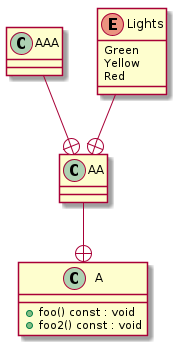
This is docs/test_cases/t00004_class.png from bkryza/clang-uml, a PlantUML export, as it was before one commit. The source it was exported from:
```plantuml
@startuml
class "A" as C_0000000013

class "AA" as C_0000000014

class "AAA" as C_0000000017

enum "Lights" as C_0000000015

class C_0000000013 {
+foo() const : void
+foo2() const : void
}

class C_0000000014 {
}
C_0000000014 --+ C_0000000013

class C_0000000017 {
}
C_0000000017 --+ C_0000000014

enum C_0000000015 {
Green
Yellow
Red
}
C_0000000015 --+ C_0000000014

@enduml
```
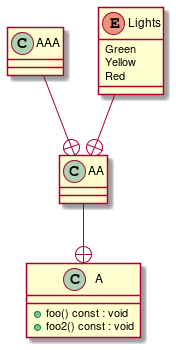
After the change.

Change to the diagram source:
```diff
@@ -1,30 +1,30 @@
 @startuml
-class "A" as C_0000000013
+class "A" as C_0000000019
 
-class "AA" as C_0000000014
+class "AA" as C_0000000020
 
-class "AAA" as C_0000000017
+class "AAA" as C_0000000023
 
-enum "Lights" as C_0000000015
+enum "Lights" as C_0000000021
 
-class C_0000000013 {
+class C_0000000019 {
 +foo() const : void
 +foo2() const : void
 }
 
-class C_0000000014 {
+class C_0000000020 {
 }
-C_0000000014 --+ C_0000000013
+C_0000000020 --+ C_0000000019
 
-class C_0000000017 {
+class C_0000000023 {
 }
-C_0000000017 --+ C_0000000014
+C_0000000023 --+ C_0000000020
 
-enum C_0000000015 {
+enum C_0000000021 {
 Green
 Yellow
 Red
 }
-C_0000000015 --+ C_0000000014
+C_0000000021 --+ C_0000000020
 
 @enduml
```
